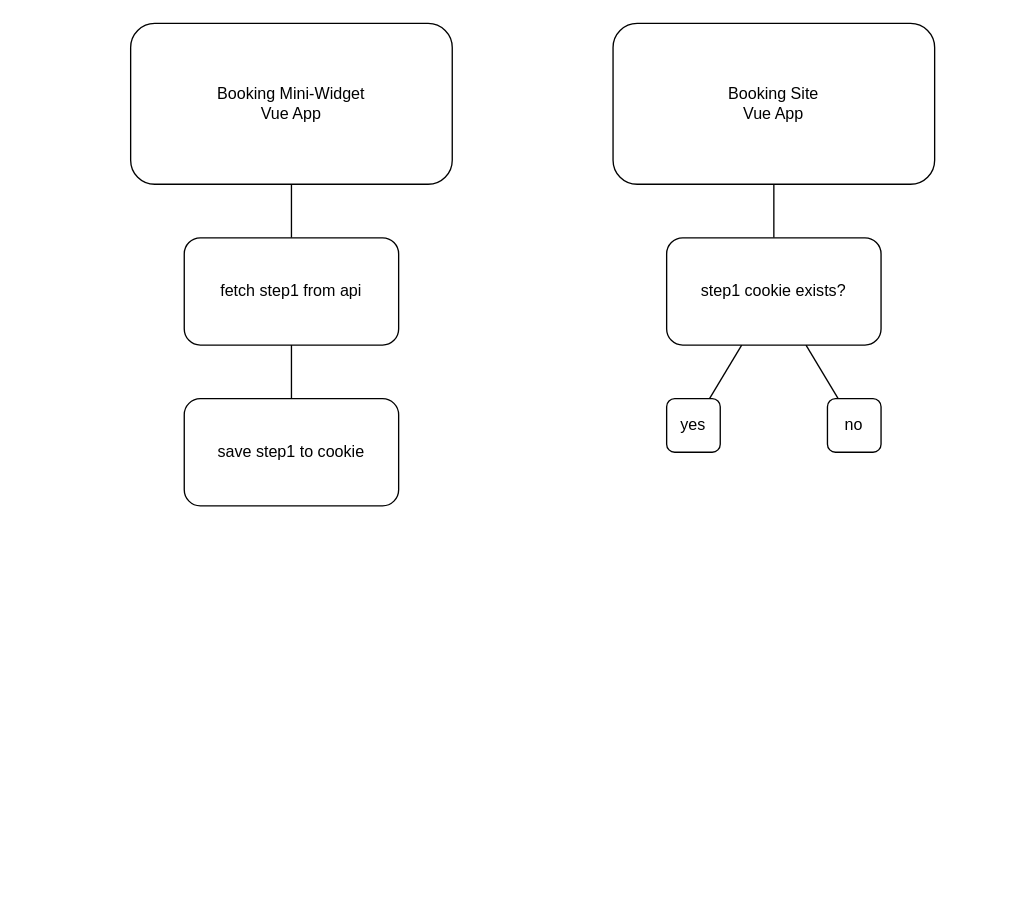
Before: Arctic Campers.drawio in eugenregehr/diagrams, a draw.io diagram. Source tidied: cells renumbered, new cells numbered last; positions are measured from the earlier drawing's top-left corner, leaving out a move shared by most shapes. Both pictures are drawn from the tidied source at 134%, with x=0, y=0 at pixel (130, 23).
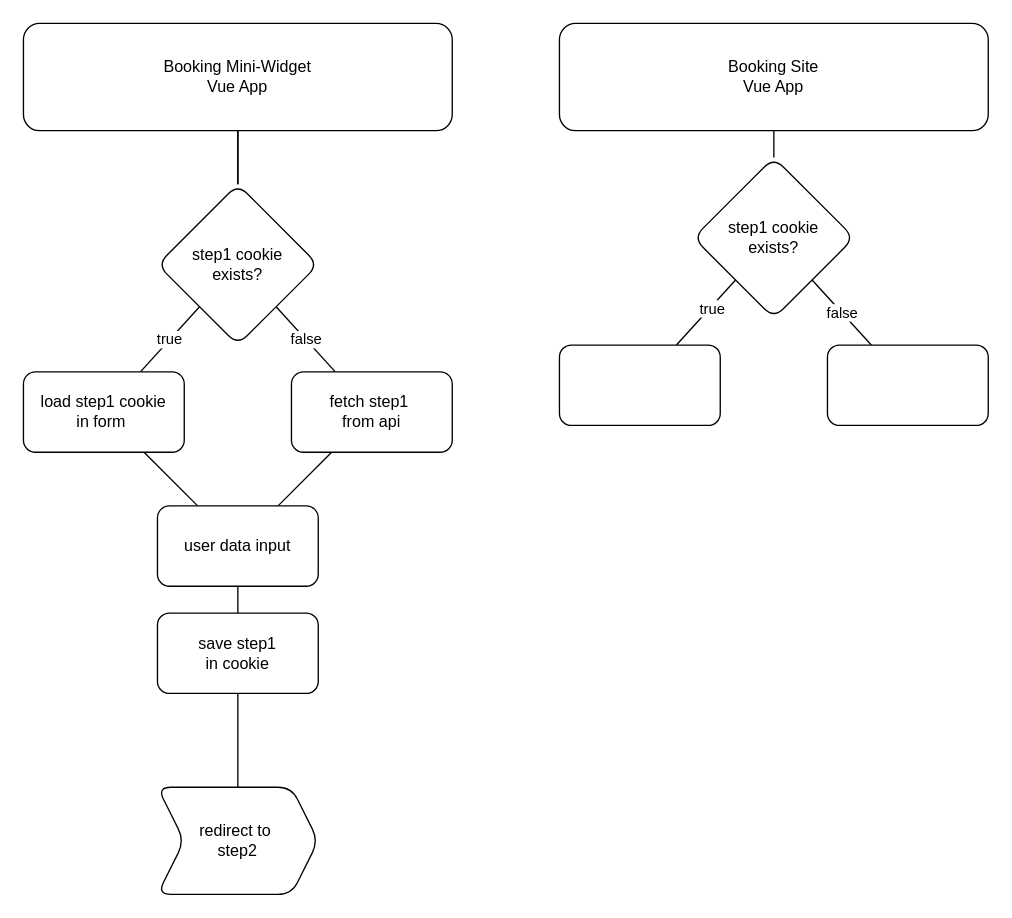
Above is the later version.

The edit, as a diff of the source:
```diff
@@
-    <mxCell id="2" style="edgeStyle=none;rounded=0;jettySize=auto;html=1;endArrow=none;endFill=0;strokeColor=default;" parent="1" edge="1" source="3" target="7">
-      <mxGeometry relative="1" as="geometry" />
-    </mxCell>
+    <mxCell id="14" style="edgeStyle=none;rounded=0;jettySize=auto;html=1;endArrow=none;endFill=0;strokeColor=default;" parent="1" edge="1" source="3" target="23">
+      <mxGeometry relative="1" as="geometry" />
+    </mxCell>
+    <mxCell id="15" style="edgeStyle=none;rounded=0;jettySize=auto;html=1;endArrow=none;endFill=0;strokeColor=default;" parent="1" edge="1" source="3">
+      <mxGeometry relative="1" as="geometry">
+        <mxPoint x="80" y="120" as="targetPoint" />
+      </mxGeometry>
+    </mxCell>
     <mxCell id="3" value="Booking Mini-Widget&lt;br&gt;Vue App" style="rounded=1;whiteSpace=wrap;html=1;" parent="1" vertex="1">
-      <mxGeometry width="240" height="120" as="geometry" />
+      <mxGeometry x="-80" width="320" height="80" as="geometry" />
     </mxCell>
-    <mxCell id="4" style="edgeStyle=none;rounded=0;jettySize=auto;html=1;endArrow=none;endFill=0;strokeColor=default;" parent="1" edge="1" source="5" target="11">
-      <mxGeometry relative="1" as="geometry" />
-    </mxCell>
+    <mxCell id="16" style="edgeStyle=none;rounded=0;jettySize=auto;html=1;endArrow=none;endFill=0;strokeColor=default;" parent="1" edge="1" source="5" target="20">
+      <mxGeometry relative="1" as="geometry" />
+    </mxCell>
     <mxCell id="5" value="Booking Site&lt;br&gt;Vue App" style="rounded=1;whiteSpace=wrap;html=1;" parent="1" vertex="1">
-      <mxGeometry x="360" width="240" height="120" as="geometry" />
+      <mxGeometry x="320" width="320" height="80" as="geometry" />
     </mxCell>
-    <mxCell id="6" style="edgeStyle=none;rounded=0;jettySize=auto;html=1;endArrow=none;endFill=0;strokeColor=default;" parent="1" edge="1" source="7" target="8">
-      <mxGeometry relative="1" as="geometry" />
-    </mxCell>
+    <mxCell id="17" value="false" style="edgeStyle=none;rounded=0;jettySize=auto;html=1;endArrow=none;endFill=0;strokeColor=default;" parent="1" edge="1" source="20" target="24">
+      <mxGeometry relative="1" as="geometry" />
+    </mxCell>
+    <mxCell id="18" style="edgeStyle=none;rounded=0;jettySize=auto;html=1;endArrow=none;endFill=0;strokeColor=default;" parent="1" edge="1" source="20" target="25">
+      <mxGeometry relative="1" as="geometry" />
+    </mxCell>
+    <mxCell id="19" value="true" style="edgeLabel;html=1;align=center;verticalAlign=middle;" parent="18" vertex="1">
+      <mxGeometry x="-0.14" y="1" relative="1" as="geometry" />
+    </mxCell>
+    <mxCell id="20" value="step1 cookie&lt;br&gt;exists?" style="rhombus;whiteSpace=wrap;html=1;rounded=1;" parent="1" vertex="1">
+      <mxGeometry x="420" y="100" width="120" height="120" as="geometry" />
+    </mxCell>
+    <mxCell id="21" value="false" style="edgeStyle=none;rounded=0;jettySize=auto;html=1;endArrow=none;endFill=0;strokeColor=default;" parent="1" edge="1" source="23" target="7">
+      <mxGeometry relative="1" as="geometry" />
+    </mxCell>
+    <mxCell id="22" value="true" style="edgeStyle=none;rounded=0;jettySize=auto;html=1;endArrow=none;endFill=0;strokeColor=default;" parent="1" edge="1" source="23" target="27">
+      <mxGeometry relative="1" as="geometry" />
+    </mxCell>
+    <mxCell id="23" value="step1 cookie&lt;br&gt;exists?" style="rhombus;whiteSpace=wrap;html=1;rounded=1;" parent="1" vertex="1">
+      <mxGeometry x="20" y="120" width="120" height="120" as="geometry" />
+    </mxCell>
+    <mxCell id="24" style="whiteSpace=wrap;html=1;rounded=1;" parent="1" vertex="1">
+      <mxGeometry x="520" y="240" width="120" height="60" as="geometry" />
+    </mxCell>
+    <mxCell id="25" style="whiteSpace=wrap;html=1;rounded=1;" parent="1" vertex="1">
+      <mxGeometry x="320" y="240" width="120" height="60" as="geometry" />
+    </mxCell>
+    <mxCell id="26" style="edgeStyle=none;rounded=0;jettySize=auto;html=1;endArrow=none;endFill=0;strokeColor=default;" parent="1" edge="1" source="7" target="30">
+      <mxGeometry relative="1" as="geometry" />
+    </mxCell>
-    <mxCell id="7" value="fetch step1 from api" style="rounded=1;whiteSpace=wrap;html=1;" parent="1" vertex="1">
-      <mxGeometry x="40" y="160" width="160" height="80" as="geometry" />
+    <mxCell id="7" value="fetch step1&amp;nbsp;&lt;br&gt;from api" style="whiteSpace=wrap;html=1;rounded=1;" parent="1" vertex="1">
+      <mxGeometry x="120" y="260" width="120" height="60" as="geometry" />
     </mxCell>
-    <mxCell id="8" value="save step1 to cookie" style="rounded=1;whiteSpace=wrap;html=1;" parent="1" vertex="1">
-      <mxGeometry x="40" y="280" width="160" height="80" as="geometry" />
-    </mxCell>
-    <mxCell id="9" style="edgeStyle=none;rounded=0;jettySize=auto;html=1;endArrow=none;endFill=0;strokeColor=default;" parent="1" edge="1" source="11" target="12">
-      <mxGeometry relative="1" as="geometry" />
-    </mxCell>
-    <mxCell id="10" style="edgeStyle=none;rounded=0;jettySize=auto;html=1;endArrow=none;endFill=0;strokeColor=default;" parent="1" edge="1" source="11" target="13">
-      <mxGeometry relative="1" as="geometry" />
-    </mxCell>
-    <mxCell id="11" value="step1 cookie exists?" style="rounded=1;whiteSpace=wrap;html=1;" parent="1" vertex="1">
-      <mxGeometry x="400" y="160" width="160" height="80" as="geometry" />
-    </mxCell>
-    <mxCell id="12" value="yes" style="whiteSpace=wrap;html=1;rounded=1;" parent="1" vertex="1">
-      <mxGeometry x="400" y="280" width="40" height="40" as="geometry" />
-    </mxCell>
-    <mxCell id="13" value="no" style="whiteSpace=wrap;html=1;rounded=1;" parent="1" vertex="1">
-      <mxGeometry x="520" y="280" width="40" height="40" as="geometry" />
-    </mxCell>
+    <mxCell id="27" value="load step1 cookie&lt;br&gt;in form&amp;nbsp;" style="whiteSpace=wrap;html=1;rounded=1;" parent="1" vertex="1">
+      <mxGeometry x="-80" y="260" width="120" height="60" as="geometry" />
+    </mxCell>
+    <mxCell id="28" style="edgeStyle=none;rounded=0;jettySize=auto;html=1;endArrow=none;endFill=0;strokeColor=default;" parent="1" edge="1" source="30" target="27">
+      <mxGeometry relative="1" as="geometry" />
+    </mxCell>
+    <mxCell id="29" style="edgeStyle=none;rounded=0;jettySize=auto;html=1;endArrow=none;endFill=0;strokeColor=default;" parent="1" edge="1" source="30" target="32">
+      <mxGeometry relative="1" as="geometry" />
+    </mxCell>
+    <mxCell id="30" value="user data input" style="whiteSpace=wrap;html=1;rounded=1;" parent="1" vertex="1">
+      <mxGeometry x="20" y="360" width="120" height="60" as="geometry" />
+    </mxCell>
+    <mxCell id="31" style="edgeStyle=none;rounded=0;jettySize=auto;html=1;endArrow=none;endFill=0;strokeColor=default;" parent="1" edge="1" source="32" target="33">
+      <mxGeometry relative="1" as="geometry" />
+    </mxCell>
+    <mxCell id="32" value="save step1 &lt;br&gt;in cookie" style="whiteSpace=wrap;html=1;rounded=1;" parent="1" vertex="1">
+      <mxGeometry x="20" y="440" width="120" height="60" as="geometry" />
+    </mxCell>
+    <mxCell id="33" value="redirect to&amp;nbsp;&lt;br&gt;step2" style="shape=step;perimeter=stepPerimeter;whiteSpace=wrap;html=1;fixedSize=1;rounded=1;" parent="1" vertex="1">
+      <mxGeometry x="20" y="570" width="120" height="80" as="geometry" />
+    </mxCell>
```
